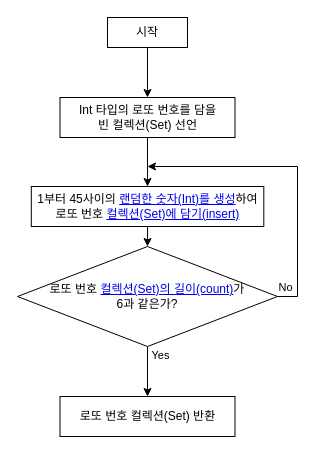
This is CodeStarterCamp_Week2/step1.drawio from Reimos7/swift-starter-Round2, a draw.io file, before an edit. Source tidied: cells renumbered, new cells numbered last; positions are measured from the earlier drawing's top-left corner, leaving out a move shared by most shapes. Both pictures are drawn from the tidied source at 100%, with x=0, y=0 at pixel (17, 17).
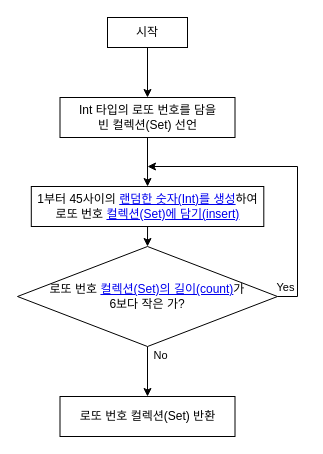
Above is the later version.

Commit message:
fix: 순서도에서 로또 번호 컬렉션에 번호 추가 조건 수정

What changed in the source:
```diff
@@
 <mxGraphModel>
   <root>
     <mxCell id="0" />
     <mxCell id="1" parent="0" />
     <mxCell id="2" style="edgeStyle=orthogonalEdgeStyle;rounded=0;jettySize=auto;html=1;" parent="1" edge="1" source="3" target="12">
       <mxGeometry relative="1" as="geometry" />
     </mxCell>
     <mxCell id="3" value="시작" style="rounded=0;whiteSpace=wrap;html=1;" parent="1" vertex="1">
       <mxGeometry x="90" width="80" height="30" as="geometry" />
     </mxCell>
     <mxCell id="4" style="edgeStyle=orthogonalEdgeStyle;rounded=0;jettySize=auto;html=1;exitX=1;exitY=0.5;exitDx=0;exitDy=0;" parent="1" edge="1" source="8">
       <mxGeometry relative="1" as="geometry">
         <mxPoint x="130" y="149" as="targetPoint" />
         <Array as="points">
           <mxPoint x="280" y="279" />
           <mxPoint x="280" y="149" />
         </Array>
       </mxGeometry>
     </mxCell>
-    <mxCell id="5" value="No" style="edgeLabel;html=1;align=center;verticalAlign=middle;" parent="4" vertex="1">
+    <mxCell id="5" value="Yes" style="edgeLabel;html=1;align=center;verticalAlign=middle;" parent="4" vertex="1">
       <mxGeometry x="-0.6" relative="1" as="geometry">
         <mxPoint x="-13" y="30" as="offset" />
       </mxGeometry>
     </mxCell>
     <mxCell id="6" style="edgeStyle=orthogonalEdgeStyle;rounded=0;jettySize=auto;html=1;exitX=0.5;exitY=1;exitDx=0;exitDy=0;entryX=0.5;entryY=0;entryDx=0;entryDy=0;" parent="1" edge="1" source="8" target="13">
       <mxGeometry relative="1" as="geometry" />
     </mxCell>
-    <mxCell id="7" value="Yes" style="edgeLabel;html=1;align=center;verticalAlign=middle;" parent="6" vertex="1">
+    <mxCell id="7" value="No" style="edgeLabel;html=1;align=center;verticalAlign=middle;" parent="6" vertex="1">
       <mxGeometry x="-0.39" relative="1" as="geometry">
         <mxPoint x="12" y="-7" as="offset" />
       </mxGeometry>
     </mxCell>
-    <mxCell id="8" value="로또 번호 &lt;a href=&quot;https://developer.apple.com/documentation/swift/set/count&quot;&gt;컬렉션(Set)의 길이(count)&lt;/a&gt;가&lt;br&gt;6과 같은가?" style="rhombus;whiteSpace=wrap;html=1;rounded=0;" parent="1" vertex="1">
+    <mxCell id="8" value="로또 번호 &lt;a href=&quot;https://developer.apple.com/documentation/swift/set/count&quot;&gt;컬렉션(Set)의 길이(count)&lt;/a&gt;가&lt;br&gt;6보다 작은 가?" style="rhombus;whiteSpace=wrap;html=1;rounded=0;" parent="1" vertex="1">
       <mxGeometry y="229" width="260" height="100" as="geometry" />
     </mxCell>
     <mxCell id="9" style="edgeStyle=orthogonalEdgeStyle;rounded=0;jettySize=auto;html=1;exitX=0.5;exitY=1;exitDx=0;exitDy=0;entryX=0.5;entryY=0;entryDx=0;entryDy=0;" parent="1" edge="1" source="10" target="8">
       <mxGeometry relative="1" as="geometry" />
     </mxCell>
     <mxCell id="10" value="1부터 45사이의 &lt;a href=&quot;https://developer.apple.com/documentation/swift/int/random(in:)-9mjpw&quot;&gt;랜덤한 숫자(Int)를 생성&lt;/a&gt;하여&lt;br&gt;로또 번호 &lt;a href=&quot;https://developer.apple.com/documentation/swift/set/insert(_:)-nads&quot;&gt;컬렉션(Set)에 담기(insert)&lt;/a&gt;" style="rounded=0;whiteSpace=wrap;html=1;" parent="1" vertex="1">
       <mxGeometry x="13.8" y="169" width="232.5" height="40" as="geometry" />
     </mxCell>
     <mxCell id="11" style="edgeStyle=orthogonalEdgeStyle;rounded=0;jettySize=auto;html=1;exitX=0.5;exitY=1;exitDx=0;exitDy=0;entryX=0.5;entryY=0;entryDx=0;entryDy=0;" parent="1" edge="1" source="12" target="10">
       <mxGeometry relative="1" as="geometry" />
     </mxCell>
     <mxCell id="12" value="Int 타입의 로또 번호를 담을&lt;br&gt;빈 컬렉션(Set) 선언" style="rounded=0;whiteSpace=wrap;html=1;" parent="1" vertex="1">
       <mxGeometry x="42.5" y="80" width="175" height="40" as="geometry" />
     </mxCell>
     <mxCell id="13" value="로또 번호 컬렉션(Set) 반환" style="rounded=0;whiteSpace=wrap;html=1;" parent="1" vertex="1">
       <mxGeometry x="42.5" y="379" width="175" height="40" as="geometry" />
     </mxCell>
   </root>
 </mxGraphModel>
```
